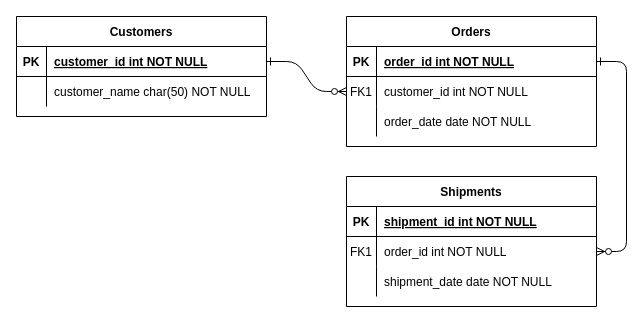
MikhailRaiman/draw keeps this draw.io diagram as Диаграмма без названия.drawio. Above is the earlier version. Source tidied: cells renumbered, new cells numbered last; positions are measured from the earlier drawing's top-left corner, leaving out a move shared by most shapes. Both pictures are drawn from the tidied source at 100%, with x=0, y=0 at pixel (16, 16).
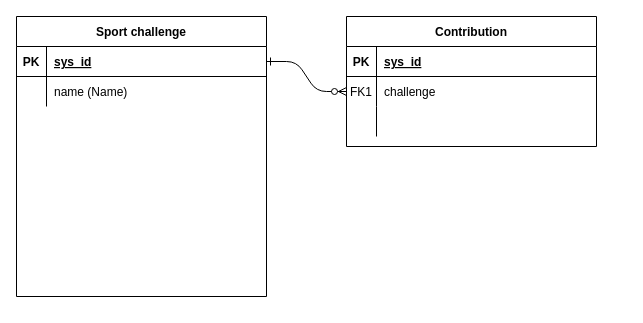
The same diagram, later.

The change refers to these unchanged cells:
```xml
<mxCell id="5" style="shape=partialRectangle;fillColor=none;points=[[0,0.5],[1,0.5]];portConstraint=eastwest;top=0;left=0;right=0;bottom=1;" parent="4" vertex="1">
  <mxGeometry y="30" width="250" height="30" as="geometry" />
</mxCell>
<mxCell id="8" style="shape=partialRectangle;fillColor=none;points=[[0,0.5],[1,0.5]];portConstraint=eastwest;top=0;left=0;right=0;bottom=0;" parent="4" vertex="1">
  <mxGeometry y="60" width="250" height="30" as="geometry" />
</mxCell>
<mxCell id="11" style="shape=partialRectangle;fillColor=none;top=0;left=0;right=0;bottom=0;" parent="4" vertex="1">
  <mxGeometry y="90" width="250" height="30" as="geometry" />
</mxCell>
<mxCell id="25" style="shape=partialRectangle;fillColor=none;points=[[0,0.5],[1,0.5]];portConstraint=eastwest;top=0;left=0;right=0;bottom=1;" parent="24" vertex="1">
  <mxGeometry y="30" width="250" height="30" as="geometry" />
</mxCell>
<mxCell id="28" style="shape=partialRectangle;fillColor=none;top=0;left=0;right=0;bottom=0;" parent="24" vertex="1">
  <mxGeometry y="60" width="250" height="30" as="geometry" />
</mxCell>
```

The edit, as a diff of the source:
```diff
@@
-    <mxCell id="3" style="edgeStyle=entityRelationEdgeStyle;endArrow=ERzeroToMany;startArrow=ERone;endFill=1;startFill=0;" parent="1" edge="1" source="5" target="18">
-      <mxGeometry relative="1" as="geometry" />
-    </mxCell>
-    <mxCell id="4" value="Orders" style="shape=table;startSize=30;childLayout=tableLayout;rowLines=0;fontStyle=1;align=center;" parent="1" vertex="1">
+    <mxCell id="4" value="Contribution" style="shape=table;startSize=30;childLayout=tableLayout;rowLines=0;fontStyle=1;align=center;" parent="1" vertex="1">
       <mxGeometry x="330" width="250" height="130" as="geometry" />
     </mxCell>
@@
-    <mxCell id="7" value="order_id int NOT NULL " style="shape=partialRectangle;overflow=hidden;fillColor=none;top=0;left=0;bottom=0;right=0;align=left;spacingLeft=6;fontStyle=5;" parent="5" vertex="1">
+    <mxCell id="7" value="sys_id" style="shape=partialRectangle;overflow=hidden;fillColor=none;top=0;left=0;bottom=0;right=0;align=left;spacingLeft=6;fontStyle=5;" parent="5" vertex="1">
       <mxGeometry x="30" width="220" height="30" as="geometry" />
     </mxCell>
@@
-    <mxCell id="10" value="customer_id int NOT NULL" style="shape=partialRectangle;overflow=hidden;fillColor=none;top=0;left=0;bottom=0;right=0;align=left;spacingLeft=6;" parent="8" vertex="1">
+    <mxCell id="10" value="challenge" style="shape=partialRectangle;overflow=hidden;fillColor=none;top=0;left=0;bottom=0;right=0;align=left;spacingLeft=6;" parent="8" vertex="1">
       <mxGeometry x="30" width="220" height="30" as="geometry" />
     </mxCell>
@@
-    <mxCell id="13" value="order_date date NOT NULL" style="shape=partialRectangle;overflow=hidden;fillColor=none;top=0;left=0;bottom=0;right=0;align=left;spacingLeft=6;" parent="11" vertex="1">
+    <mxCell id="13" style="shape=partialRectangle;overflow=hidden;fillColor=none;top=0;left=0;bottom=0;right=0;align=left;spacingLeft=6;" parent="11" vertex="1">
       <mxGeometry x="30" width="220" height="30" as="geometry" />
     </mxCell>
-    <mxCell id="14" value="Shipments" style="shape=table;startSize=30;childLayout=tableLayout;rowLines=0;fontStyle=1;align=center;" parent="1" vertex="1">
-      <mxGeometry x="330" y="160" width="250" height="130" as="geometry" />
-    </mxCell>
-    <mxCell id="15" style="shape=partialRectangle;fillColor=none;top=0;left=0;right=0;bottom=1;" parent="14" vertex="1">
-      <mxGeometry y="30" width="250" height="30" as="geometry" />
-    </mxCell>
-    <mxCell id="16" value="PK" style="shape=partialRectangle;overflow=hidden;fillColor=none;top=0;left=0;bottom=0;right=0;fontStyle=1;" parent="15" vertex="1">
-      <mxGeometry width="30" height="30" as="geometry" />
-    </mxCell>
-    <mxCell id="17" value="shipment_id int NOT NULL " style="shape=partialRectangle;overflow=hidden;fillColor=none;top=0;left=0;bottom=0;right=0;align=left;spacingLeft=6;fontStyle=5;" parent="15" vertex="1">
-      <mxGeometry x="30" width="220" height="30" as="geometry" />
-    </mxCell>
-    <mxCell id="18" style="shape=partialRectangle;fillColor=none;points=[[0,0.5],[1,0.5]];portConstraint=eastwest;top=0;left=0;right=0;bottom=0;" parent="14" vertex="1">
-      <mxGeometry y="60" width="250" height="30" as="geometry" />
-    </mxCell>
-    <mxCell id="19" value="FK1" style="shape=partialRectangle;overflow=hidden;fillColor=none;top=0;left=0;bottom=0;right=0;" parent="18" vertex="1">
-      <mxGeometry width="30" height="30" as="geometry" />
-    </mxCell>
-    <mxCell id="20" value="order_id int NOT NULL" style="shape=partialRectangle;overflow=hidden;fillColor=none;top=0;left=0;bottom=0;right=0;align=left;spacingLeft=6;" parent="18" vertex="1">
-      <mxGeometry x="30" width="220" height="30" as="geometry" />
-    </mxCell>
-    <mxCell id="21" style="shape=partialRectangle;fillColor=none;top=0;left=0;right=0;bottom=0;" parent="14" vertex="1">
-      <mxGeometry y="90" width="250" height="30" as="geometry" />
-    </mxCell>
-    <mxCell id="22" style="shape=partialRectangle;overflow=hidden;fillColor=none;top=0;left=0;bottom=0;right=0;" parent="21" vertex="1">
-      <mxGeometry width="30" height="30" as="geometry" />
-    </mxCell>
-    <mxCell id="23" value="shipment_date date NOT NULL" style="shape=partialRectangle;overflow=hidden;fillColor=none;top=0;left=0;bottom=0;right=0;align=left;spacingLeft=6;" parent="21" vertex="1">
-      <mxGeometry x="30" width="220" height="30" as="geometry" />
-    </mxCell>
-    <mxCell id="24" value="Customers" style="shape=table;startSize=30;childLayout=tableLayout;rowLines=0;fontStyle=1;align=center;" parent="1" vertex="1">
-      <mxGeometry width="250" height="100" as="geometry" />
+    <mxCell id="24" value="Sport challenge" style="shape=table;startSize=30;childLayout=tableLayout;rowLines=0;fontStyle=1;align=center;" parent="1" vertex="1">
+      <mxGeometry width="250" height="280" as="geometry" />
     </mxCell>
@@
-    <mxCell id="27" value="customer_id int NOT NULL " style="shape=partialRectangle;overflow=hidden;fillColor=none;top=0;left=0;bottom=0;right=0;align=left;spacingLeft=6;fontStyle=5;" parent="25" vertex="1">
+    <mxCell id="27" value="sys_id" style="shape=partialRectangle;overflow=hidden;fillColor=none;top=0;left=0;bottom=0;right=0;align=left;spacingLeft=6;fontStyle=5;" parent="25" vertex="1">
       <mxGeometry x="30" width="220" height="30" as="geometry" />
     </mxCell>
@@
-    <mxCell id="30" value="customer_name char(50) NOT NULL" style="shape=partialRectangle;overflow=hidden;fillColor=none;top=0;left=0;bottom=0;right=0;align=left;spacingLeft=6;" parent="28" vertex="1">
+    <mxCell id="30" value="name (Name)" style="shape=partialRectangle;overflow=hidden;fillColor=none;top=0;left=0;bottom=0;right=0;align=left;spacingLeft=6;" parent="28" vertex="1">
       <mxGeometry x="30" width="220" height="30" as="geometry" />
     </mxCell>
```
